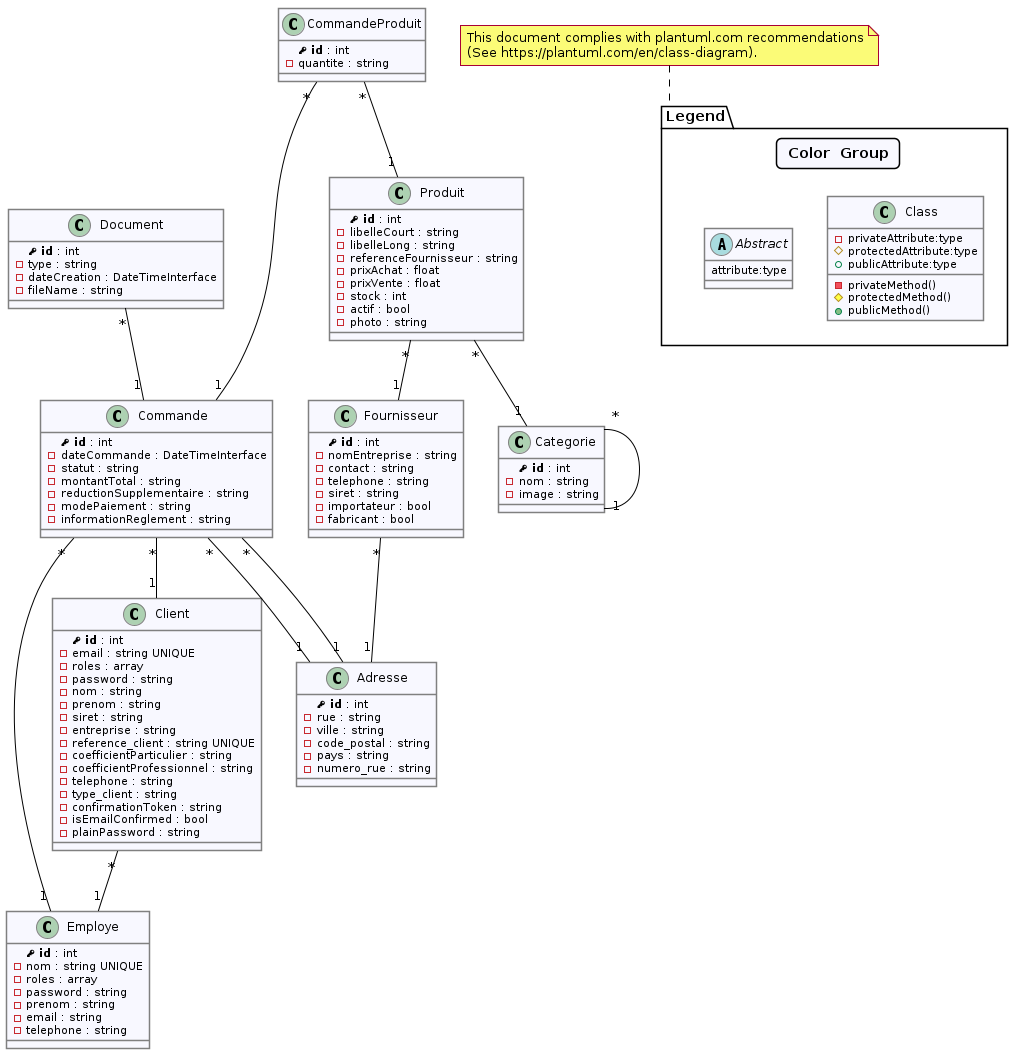
clemence95/villagegreen keeps this PlantUML diagram as classes.png. Above is the earlier version. Its source is kept beside it as classes.puml.
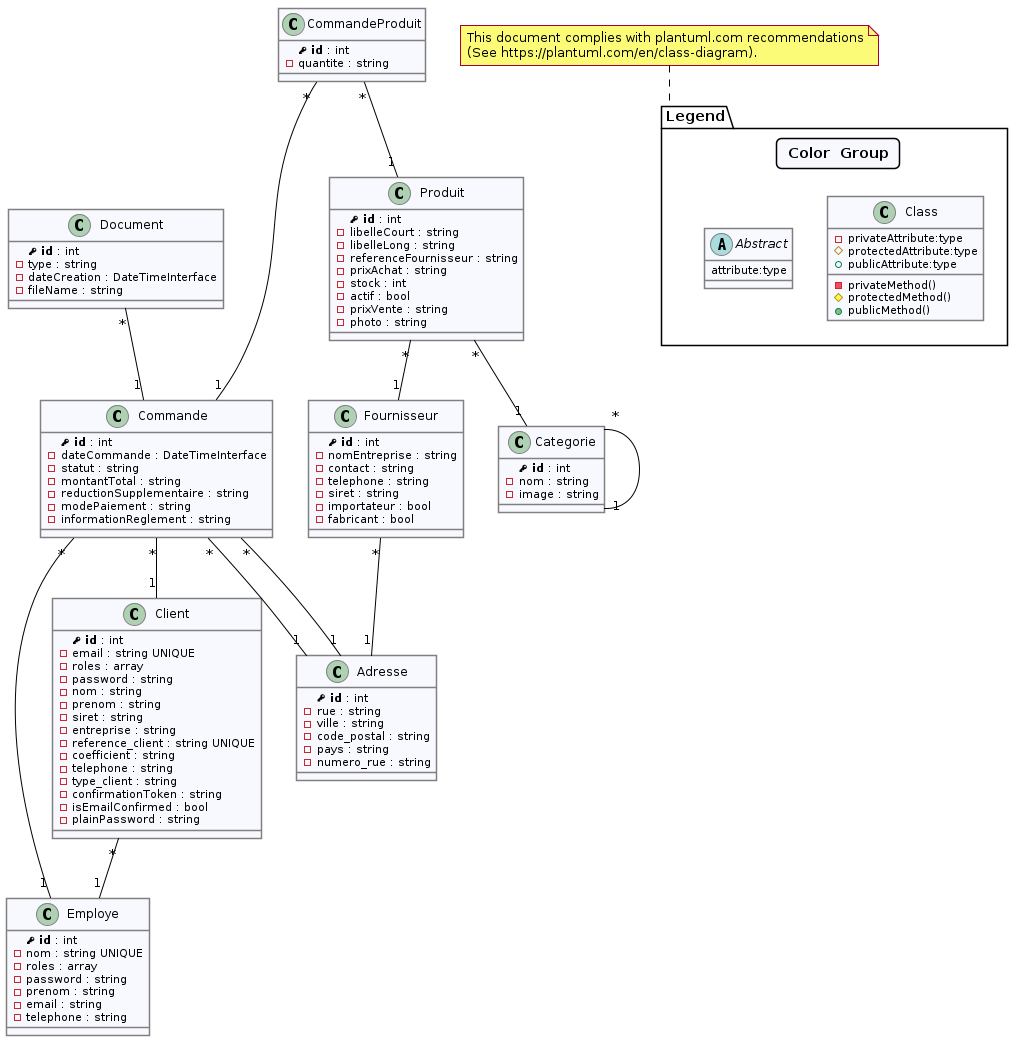
The same diagram one commit later.

What changed in the source:
```diff
@@ -1,4 +1,4 @@
-@startuml classe
+@startuml
 
 !define table(x) entity x << (T, white) >>
 !define primary_key(x) <b><&key> x</b>
@@ -21,10 +21,10 @@
   -libelleCourt : string
   -libelleLong : string
   -referenceFournisseur : string
-  -prixAchat : float
-  -prixVente : float
+  -prixAchat : string
   -stock : int
   -actif : bool
+  -prixVente : string
   -photo : string
 }
 
@@ -73,8 +73,7 @@
   -siret : string
   -entreprise : string
   -reference_client : string UNIQUE
-  -coefficientParticulier : string
-  -coefficientProfessionnel : string
+  -coefficient : string
   -telephone : string
   -type_client : string
   -confirmationToken : string
```
